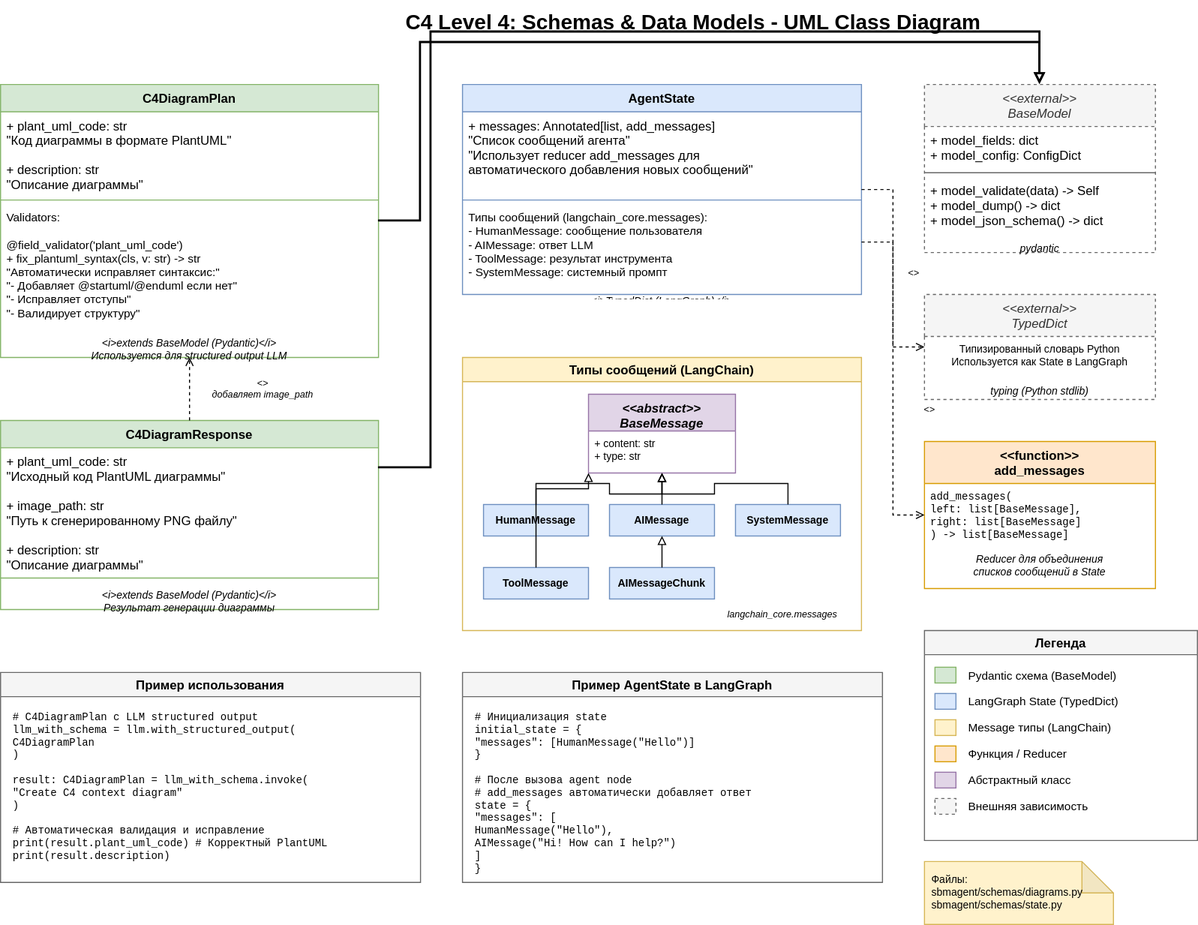
This is ProjectSchemasUML.drawio.svg from pavel-collab/Agentic-system-images, a draw.io export, as it was before one commit. Source tidied: cells renumbered, new cells last; positions are measured from the earlier drawing's top-left corner, leaving out a move shared by most shapes.
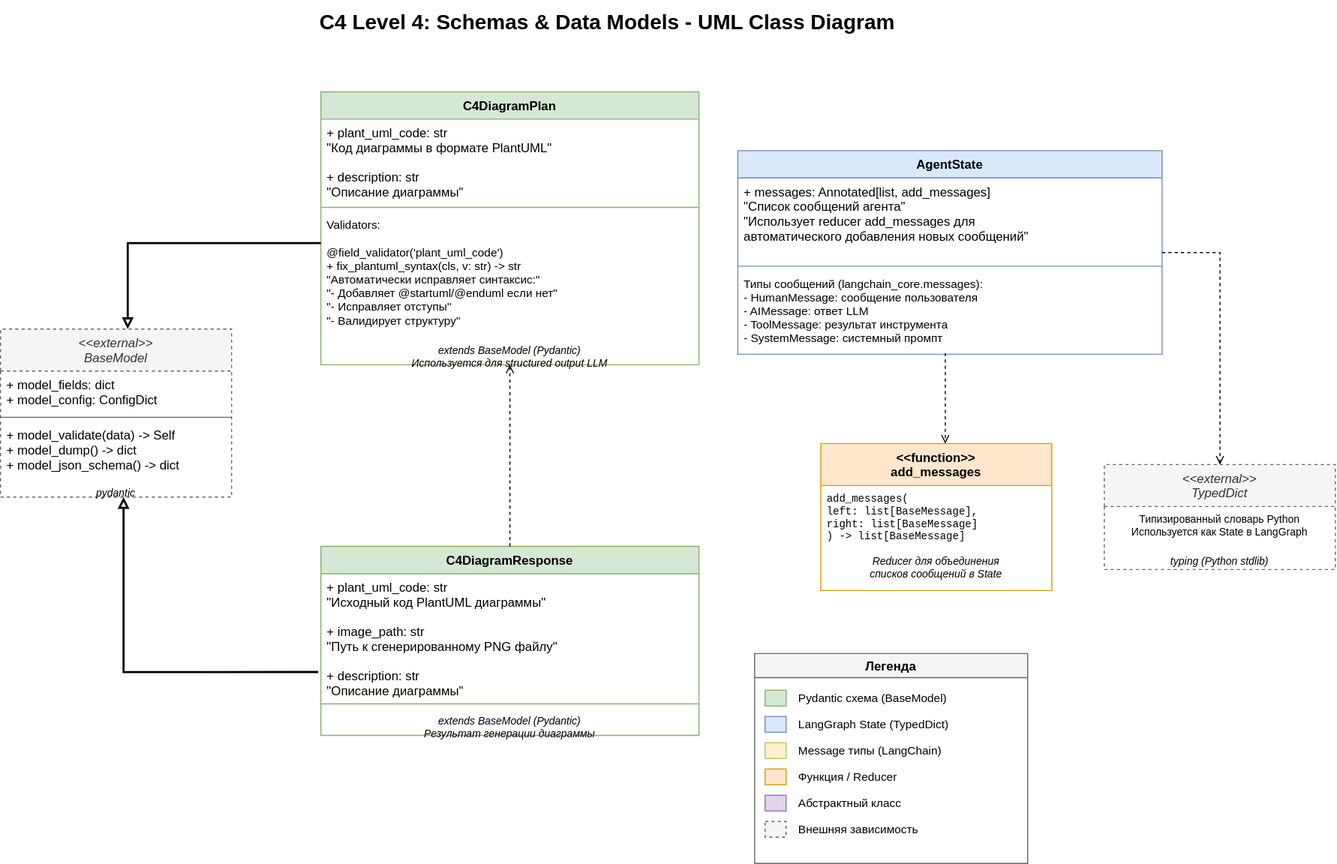
Later version of the same file.

The edit, as a diff of the source:
```diff
@@ -6,7 +6,7 @@
       <mxGeometry x="310" width="700" height="40" as="geometry" />
     </mxCell>
     <mxCell id="3" value="C4DiagramPlan" style="swimlane;fontStyle=1;align=center;verticalAlign=top;horizontal=1;startSize=26;fillColor=#d5e8d4;strokeColor=#82b366;" parent="1" vertex="1">
-      <mxGeometry y="80" width="360" height="260" as="geometry" />
+      <mxGeometry x="387" y="87" width="360" height="260" as="geometry" />
     </mxCell>
     <mxCell id="4" value="+ plant_uml_code: str&#10;    &quot;Код диаграммы в формате PlantUML&quot;&#10;&#10;+ description: str&#10;    &quot;Описание диаграммы&quot;" style="text;strokeColor=none;fillColor=none;align=left;verticalAlign=top;spacingLeft=4;spacingRight=4;overflow=hidden;" parent="3" vertex="1">
       <mxGeometry y="26" width="360" height="80" as="geometry" />
@@ -17,11 +17,11 @@
     <mxCell id="6" value="Validators:&#10;&#10;@field_validator('plant_uml_code')&#10;+ fix_plantuml_syntax(cls, v: str) -&gt; str&#10;    &quot;Автоматически исправляет синтаксис:&quot;&#10;    &quot;- Добавляет @startuml/@enduml если нет&quot;&#10;    &quot;- Исправляет отступы&quot;&#10;    &quot;- Валидирует структуру&quot;" style="text;strokeColor=none;fillColor=none;align=left;verticalAlign=top;spacingLeft=4;spacingRight=4;overflow=hidden;fontSize=11;" parent="3" vertex="1">
       <mxGeometry y="114" width="360" height="120" as="geometry" />
     </mxCell>
-    <mxCell id="7" value="&lt;i&gt;extends BaseModel (Pydantic)&lt;/i&gt;&#10;Используется для structured output LLM" style="text;strokeColor=none;fillColor=none;align=center;verticalAlign=top;spacingLeft=4;spacingRight=4;overflow=hidden;fontStyle=2;fontSize=10;" parent="3" vertex="1">
+    <mxCell id="7" value="extends BaseModel (Pydantic)&#10;Используется для structured output LLM" style="text;strokeColor=none;fillColor=none;align=center;verticalAlign=top;spacingLeft=4;spacingRight=4;overflow=hidden;fontStyle=2;fontSize=10;" parent="3" vertex="1">
       <mxGeometry y="234" width="360" height="26" as="geometry" />
     </mxCell>
     <mxCell id="8" value="C4DiagramResponse" style="swimlane;fontStyle=1;align=center;verticalAlign=top;horizontal=1;startSize=26;fillColor=#d5e8d4;strokeColor=#82b366;" parent="1" vertex="1">
-      <mxGeometry y="400" width="360" height="180" as="geometry" />
+      <mxGeometry x="387" y="520" width="360" height="180" as="geometry" />
     </mxCell>
     <mxCell id="9" value="+ plant_uml_code: str&#10;    &quot;Исходный код PlantUML диаграммы&quot;&#10;&#10;+ image_path: str&#10;    &quot;Путь к сгенерированному PNG файлу&quot;&#10;&#10;+ description: str&#10;    &quot;Описание диаграммы&quot;" style="text;strokeColor=none;fillColor=none;align=left;verticalAlign=top;spacingLeft=4;spacingRight=4;overflow=hidden;points=[[0,0.5],[1,0.5]];portConstraint=eastwest;" parent="8" vertex="1">
       <mxGeometry y="26" width="360" height="120" as="geometry" />
@@ -29,26 +29,23 @@
     <mxCell id="10" style="line;strokeWidth=1;fillColor=none;align=left;verticalAlign=middle;spacingTop=-1;spacingLeft=3;spacingRight=3;labelPosition=right;strokeColor=inherit;" parent="8" vertex="1">
       <mxGeometry y="146" width="360" height="8" as="geometry" />
     </mxCell>
-    <mxCell id="11" value="&lt;i&gt;extends BaseModel (Pydantic)&lt;/i&gt;&#10;Результат генерации диаграммы" style="text;strokeColor=none;fillColor=none;align=center;verticalAlign=top;spacingLeft=4;spacingRight=4;overflow=hidden;fontStyle=2;fontSize=10;" parent="8" vertex="1">
+    <mxCell id="11" value="extends BaseModel (Pydantic)&#10;Результат генерации диаграммы" style="text;strokeColor=none;fillColor=none;align=center;verticalAlign=top;spacingLeft=4;spacingRight=4;overflow=hidden;fontStyle=2;fontSize=10;" parent="8" vertex="1">
       <mxGeometry y="154" width="360" height="26" as="geometry" />
     </mxCell>
     <mxCell id="12" value="AgentState" style="swimlane;fontStyle=1;align=center;verticalAlign=top;horizontal=1;startSize=26;fillColor=#dae8fc;strokeColor=#6c8ebf;" parent="1" vertex="1">
-      <mxGeometry x="440" y="80" width="380" height="200" as="geometry" />
+      <mxGeometry x="784" y="143" width="404" height="194" as="geometry" />
     </mxCell>
     <mxCell id="13" value="+ messages: Annotated[list, add_messages]&#10;    &quot;Список сообщений агента&quot;&#10;    &quot;Использует reducer add_messages для&#10;     автоматического добавления новых сообщений&quot;" style="text;strokeColor=none;fillColor=none;align=left;verticalAlign=top;spacingLeft=4;spacingRight=4;overflow=hidden;" parent="12" vertex="1">
-      <mxGeometry y="26" width="380" height="80" as="geometry" />
+      <mxGeometry y="26" width="404" height="80" as="geometry" />
     </mxCell>
     <mxCell id="14" style="line;strokeWidth=1;fillColor=none;align=left;verticalAlign=middle;spacingTop=-1;spacingLeft=3;spacingRight=3;labelPosition=right;strokeColor=inherit;" parent="12" vertex="1">
-      <mxGeometry y="106" width="380" height="8" as="geometry" />
+      <mxGeometry y="106" width="404" height="8" as="geometry" />
     </mxCell>
     <mxCell id="15" value="Типы сообщений (langchain_core.messages):&#10;  - HumanMessage: сообщение пользователя&#10;  - AIMessage: ответ LLM&#10;  - ToolMessage: результат инструмента&#10;  - SystemMessage: системный промпт" style="text;strokeColor=none;fillColor=none;align=left;verticalAlign=top;spacingLeft=4;spacingRight=4;overflow=hidden;points=[[0,0.5],[1,0.5]];portConstraint=eastwest;fontSize=11;" parent="12" vertex="1">
-      <mxGeometry y="114" width="380" height="80" as="geometry" />
+      <mxGeometry y="114" width="404" height="80" as="geometry" />
     </mxCell>
-    <mxCell id="16" value="&lt;i&gt;TypedDict (LangGraph)&lt;/i&gt;" style="text;strokeColor=none;fillColor=none;align=center;verticalAlign=top;spacingLeft=4;spacingRight=4;overflow=hidden;fontStyle=2;fontSize=10;" parent="12" vertex="1">
-      <mxGeometry y="194" width="380" height="6" as="geometry" />
-    </mxCell>
     <mxCell id="17" value="&lt;&lt;external&gt;&gt;&#10;BaseModel" style="swimlane;fontStyle=2;align=center;verticalAlign=top;horizontal=1;startSize=40;fillColor=#f5f5f5;strokeColor=#666666;fontColor=#333333;dashed=1;" parent="1" vertex="1">
-      <mxGeometry x="880" y="80" width="220" height="160" as="geometry" />
+      <mxGeometry x="82" y="313" width="220" height="160" as="geometry" />
     </mxCell>
     <mxCell id="18" value="+ model_fields: dict&#10;+ model_config: ConfigDict" style="text;strokeColor=none;fillColor=none;align=left;verticalAlign=top;spacingLeft=4;spacingRight=4;overflow=hidden;" parent="17" vertex="1">
       <mxGeometry y="40" width="220" height="40" as="geometry" />
@@ -63,7 +60,7 @@
       <mxGeometry y="144" width="220" height="16" as="geometry" />
     </mxCell>
     <mxCell id="22" value="&lt;&lt;external&gt;&gt;&#10;TypedDict" style="swimlane;fontStyle=2;align=center;verticalAlign=top;horizontal=1;startSize=40;fillColor=#f5f5f5;strokeColor=#666666;fontColor=#333333;dashed=1;" parent="1" vertex="1">
-      <mxGeometry x="880" y="280" width="220" height="100" as="geometry" />
+      <mxGeometry x="1133" y="442" width="220" height="100" as="geometry" />
     </mxCell>
     <mxCell id="23" value="Типизированный словарь Python&#10;Используется как State в LangGraph" style="text;strokeColor=none;fillColor=none;align=center;verticalAlign=top;spacingLeft=4;spacingRight=4;overflow=hidden;fontSize=10;" parent="22" vertex="1">
       <mxGeometry y="40" width="220" height="40" as="geometry" />
@@ -71,55 +68,8 @@
     <mxCell id="24" value="typing (Python stdlib)" style="text;strokeColor=none;fillColor=none;align=center;verticalAlign=top;spacingLeft=4;spacingRight=4;overflow=hidden;fontStyle=2;fontSize=10;" parent="22" vertex="1">
       <mxGeometry y="80" width="220" height="20" as="geometry" />
     </mxCell>
-    <mxCell id="25" value="Типы сообщений (LangChain)" style="swimlane;startSize=23;fillColor=#fff2cc;strokeColor=#d6b656;" parent="1" vertex="1">
-      <mxGeometry x="440" y="340" width="380" height="260" as="geometry" />
-    </mxCell>
-    <mxCell id="26" value="&lt;&lt;abstract&gt;&gt;&#10;BaseMessage" style="swimlane;fontStyle=3;align=center;verticalAlign=top;horizontal=1;startSize=35;fillColor=#e1d5e7;strokeColor=#9673a6;" parent="25" vertex="1">
-      <mxGeometry x="120" y="35" width="140" height="75" as="geometry" />
-    </mxCell>
-    <mxCell id="27" value="+ content: str&#10;+ type: str" style="text;strokeColor=none;fillColor=none;align=left;verticalAlign=top;spacingLeft=4;spacingRight=4;overflow=hidden;fontSize=10;" parent="26" vertex="1">
-      <mxGeometry y="35" width="140" height="40" as="geometry" />
-    </mxCell>
-    <mxCell id="28" value="HumanMessage" style="rounded=0;whiteSpace=wrap;html=1;fillColor=#dae8fc;strokeColor=#6c8ebf;fontStyle=1;fontSize=10;" parent="25" vertex="1">
-      <mxGeometry x="20" y="140" width="100" height="30" as="geometry" />
-    </mxCell>
-    <mxCell id="29" value="AIMessage" style="rounded=0;whiteSpace=wrap;html=1;fillColor=#dae8fc;strokeColor=#6c8ebf;fontStyle=1;fontSize=10;" parent="25" vertex="1">
-      <mxGeometry x="140" y="140" width="100" height="30" as="geometry" />
-    </mxCell>
-    <mxCell id="30" value="SystemMessage" style="rounded=0;whiteSpace=wrap;html=1;fillColor=#dae8fc;strokeColor=#6c8ebf;fontStyle=1;fontSize=10;" parent="25" vertex="1">
-      <mxGeometry x="260" y="140" width="100" height="30" as="geometry" />
-    </mxCell>
-    <mxCell id="31" value="ToolMessage" style="rounded=0;whiteSpace=wrap;html=1;fillColor=#dae8fc;strokeColor=#6c8ebf;fontStyle=1;fontSize=10;" parent="25" vertex="1">
-      <mxGeometry x="20" y="200" width="100" height="30" as="geometry" />
-    </mxCell>
-    <mxCell id="32" value="AIMessageChunk" style="rounded=0;whiteSpace=wrap;html=1;fillColor=#dae8fc;strokeColor=#6c8ebf;fontStyle=1;fontSize=10;" parent="25" vertex="1">
-      <mxGeometry x="140" y="200" width="100" height="30" as="geometry" />
-    </mxCell>
-    <mxCell id="33" style="edgeStyle=orthogonalEdgeStyle;rounded=0;jettySize=auto;html=1;endArrow=block;endFill=0;strokeWidth=1;exitX=0.5;exitY=0;exitDx=0;exitDy=0;" parent="25" edge="1" source="28" target="26">
-      <mxGeometry relative="1" as="geometry" />
-    </mxCell>
-    <mxCell id="34" style="edgeStyle=orthogonalEdgeStyle;rounded=0;jettySize=auto;html=1;endArrow=block;endFill=0;strokeWidth=1;exitX=0.5;exitY=0;exitDx=0;exitDy=0;" parent="25" edge="1" source="29" target="26">
-      <mxGeometry relative="1" as="geometry" />
-    </mxCell>
-    <mxCell id="35" style="edgeStyle=orthogonalEdgeStyle;rounded=0;jettySize=auto;html=1;endArrow=block;endFill=0;strokeWidth=1;exitX=0.5;exitY=0;exitDx=0;exitDy=0;" parent="25" edge="1" source="30" target="26">
-      <mxGeometry relative="1" as="geometry" />
-    </mxCell>
-    <mxCell id="36" style="edgeStyle=orthogonalEdgeStyle;rounded=0;jettySize=auto;html=1;endArrow=block;endFill=0;strokeWidth=1;exitX=0.5;exitY=0;exitDx=0;exitDy=0;entryX=0;entryY=1;entryDx=0;entryDy=0;" parent="25" edge="1" source="31" target="26">
-      <mxGeometry relative="1" as="geometry">
-        <Array as="points">
-          <mxPoint x="70" y="125" />
-          <mxPoint x="120" y="125" />
-        </Array>
-      </mxGeometry>
-    </mxCell>
-    <mxCell id="37" style="edgeStyle=orthogonalEdgeStyle;rounded=0;jettySize=auto;html=1;endArrow=block;endFill=0;strokeWidth=1;exitX=0.5;exitY=0;exitDx=0;exitDy=0;entryX=0.5;entryY=1;entryDx=0;entryDy=0;" parent="25" edge="1" source="32" target="29">
-      <mxGeometry relative="1" as="geometry" />
-    </mxCell>
-    <mxCell id="38" value="langchain_core.messages" style="text;html=1;strokeColor=none;fillColor=none;align=center;verticalAlign=middle;whiteSpace=wrap;rounded=0;fontSize=9;fontStyle=2;" parent="25" vertex="1">
-      <mxGeometry x="240" y="235" width="130" height="20" as="geometry" />
-    </mxCell>
     <mxCell id="39" value="&lt;&lt;function&gt;&gt;&#10;add_messages" style="swimlane;fontStyle=1;align=center;verticalAlign=top;horizontal=1;startSize=40;fillColor=#ffe6cc;strokeColor=#d79b00;" parent="1" vertex="1">
-      <mxGeometry x="880" y="420" width="220" height="140" as="geometry" />
+      <mxGeometry x="863" y="422" width="220" height="140" as="geometry" />
     </mxCell>
     <mxCell id="40" value="add_messages(&#10;    left: list[BaseMessage],&#10;    right: list[BaseMessage]&#10;) -&gt; list[BaseMessage]" style="text;strokeColor=none;fillColor=none;align=left;verticalAlign=top;spacingLeft=4;spacingRight=4;overflow=hidden;fontSize=10;fontFamily=Courier New;" parent="39" vertex="1">
       <mxGeometry y="40" width="220" height="60" as="geometry" />
@@ -127,61 +77,40 @@
     <mxCell id="41" value="Reducer для объединения&#10;списков сообщений в State" style="text;strokeColor=none;fillColor=none;align=center;verticalAlign=top;spacingLeft=4;spacingRight=4;overflow=hidden;fontStyle=2;fontSize=10;" parent="39" vertex="1">
       <mxGeometry y="100" width="220" height="40" as="geometry" />
     </mxCell>
-    <mxCell id="42" value="Пример использования" style="swimlane;startSize=23;fillColor=#f5f5f5;strokeColor=#666666;" parent="1" vertex="1">
-      <mxGeometry y="640" width="400" height="200" as="geometry" />
-    </mxCell>
-    <mxCell id="43" value="# C4DiagramPlan с LLM structured output&#10;llm_with_schema = llm.with_structured_output(&#10;    C4DiagramPlan&#10;)&#10;&#10;result: C4DiagramPlan = llm_with_schema.invoke(&#10;    &quot;Create C4 context diagram&quot;&#10;)&#10;&#10;# Автоматическая валидация и исправление&#10;print(result.plant_uml_code)  # Корректный PlantUML&#10;print(result.description)" style="text;strokeColor=none;fillColor=none;align=left;verticalAlign=top;spacingLeft=10;spacingRight=4;overflow=hidden;fontFamily=Courier New;fontSize=10;" parent="42" vertex="1">
-      <mxGeometry y="30" width="390" height="165" as="geometry" />
-    </mxCell>
-    <mxCell id="44" value="Пример AgentState в LangGraph" style="swimlane;startSize=23;fillColor=#f5f5f5;strokeColor=#666666;" parent="1" vertex="1">
-      <mxGeometry x="440" y="640" width="400" height="200" as="geometry" />
-    </mxCell>
-    <mxCell id="45" value="# Инициализация state&#10;initial_state = {&#10;    &quot;messages&quot;: [HumanMessage(&quot;Hello&quot;)]&#10;}&#10;&#10;# После вызова agent node&#10;# add_messages автоматически добавляет ответ&#10;state = {&#10;    &quot;messages&quot;: [&#10;        HumanMessage(&quot;Hello&quot;),&#10;        AIMessage(&quot;Hi! How can I help?&quot;)&#10;    ]&#10;}" style="text;strokeColor=none;fillColor=none;align=left;verticalAlign=top;spacingLeft=10;spacingRight=4;overflow=hidden;fontFamily=Courier New;fontSize=10;" parent="44" vertex="1">
-      <mxGeometry y="30" width="390" height="165" as="geometry" />
-    </mxCell>
     <mxCell id="46" style="edgeStyle=orthogonalEdgeStyle;rounded=0;jettySize=auto;html=1;endArrow=block;endFill=0;strokeWidth=2;" parent="1" edge="1" source="3" target="17">
       <mxGeometry relative="1" as="geometry">
         <Array as="points">
-          <mxPoint x="400" y="210" />
-          <mxPoint x="400" y="40" />
-          <mxPoint x="990" y="40" />
+          <mxPoint x="203" y="231" />
         </Array>
       </mxGeometry>
     </mxCell>
-    <mxCell id="47" style="edgeStyle=orthogonalEdgeStyle;rounded=0;jettySize=auto;html=1;endArrow=block;endFill=0;strokeWidth=2;exitX=1;exitY=0.25;exitDx=0;exitDy=0;" parent="1" edge="1" source="8" target="17">
+    <mxCell id="47" style="edgeStyle=orthogonalEdgeStyle;rounded=0;jettySize=auto;html=1;endArrow=block;endFill=0;strokeWidth=2;exitX=-0.007;exitY=0.78;exitDx=0;exitDy=0;exitPerimeter=0;" parent="1" edge="1" source="9" target="17">
       <mxGeometry relative="1" as="geometry">
         <Array as="points">
-          <mxPoint x="410" y="445" />
-          <mxPoint x="410" y="30" />
-          <mxPoint x="990" y="30" />
+          <mxPoint x="199" y="640" />
         </Array>
       </mxGeometry>
     </mxCell>
     <mxCell id="48" style="edgeStyle=orthogonalEdgeStyle;rounded=0;jettySize=auto;html=1;dashed=1;endArrow=open;endFill=0;strokeWidth=1;" parent="1" edge="1" source="12" target="22">
-      <mxGeometry relative="1" as="geometry" />
+      <mxGeometry relative="1" as="geometry">
+        <Array as="points">
+          <mxPoint x="1243" y="240" />
+        </Array>
+      </mxGeometry>
     </mxCell>
-    <mxCell id="49" value="&lt;&lt;is a&gt;&gt;" style="text;html=1;strokeColor=none;fillColor=none;align=center;verticalAlign=middle;whiteSpace=wrap;rounded=0;fontSize=9;fontStyle=2;" parent="1" vertex="1">
-      <mxGeometry x="840" y="250" width="60" height="20" as="geometry" />
-    </mxCell>
-    <mxCell id="50" style="edgeStyle=orthogonalEdgeStyle;rounded=0;jettySize=auto;html=1;dashed=1;endArrow=open;endFill=0;strokeWidth=1;exitX=1;exitY=0.75;exitDx=0;exitDy=0;" parent="1" edge="1" source="12" target="39">
+    <mxCell id="50" style="edgeStyle=orthogonalEdgeStyle;rounded=0;jettySize=auto;html=1;dashed=1;endArrow=open;endFill=0;strokeWidth=1;exitX=0.489;exitY=0.986;exitDx=0;exitDy=0;exitPerimeter=0;" parent="1" edge="1" source="15" target="39">
       <mxGeometry relative="1" as="geometry">
         <Array as="points">
-          <mxPoint x="850" y="230" />
-          <mxPoint x="850" y="490" />
+          <mxPoint x="982" y="469" />
+          <mxPoint x="982" y="469" />
         </Array>
       </mxGeometry>
     </mxCell>
-    <mxCell id="51" value="&lt;&lt;uses reducer&gt;&gt;" style="text;html=1;strokeColor=none;fillColor=none;align=center;verticalAlign=middle;whiteSpace=wrap;rounded=0;fontSize=9;fontStyle=2;" parent="1" vertex="1">
-      <mxGeometry x="840" y="380" width="90" height="20" as="geometry" />
-    </mxCell>
     <mxCell id="52" style="edgeStyle=orthogonalEdgeStyle;rounded=0;jettySize=auto;html=1;dashed=1;endArrow=open;endFill=0;strokeWidth=1;exitX=0.5;exitY=0;exitDx=0;exitDy=0;entryX=0.5;entryY=1;entryDx=0;entryDy=0;" parent="1" edge="1" source="8" target="3">
       <mxGeometry relative="1" as="geometry" />
     </mxCell>
-    <mxCell id="53" value="&lt;&lt;extends&gt;&gt;&#10;добавляет image_path" style="text;html=1;strokeColor=none;fillColor=none;align=center;verticalAlign=middle;whiteSpace=wrap;rounded=0;fontSize=9;fontStyle=2;" parent="1" vertex="1">
-      <mxGeometry x="190" y="355" width="120" height="30" as="geometry" />
-    </mxCell>
     <mxCell id="54" value="Легенда" style="swimlane;startSize=23;fillColor=#f5f5f5;strokeColor=#666666;" parent="1" vertex="1">
-      <mxGeometry x="880" y="600" width="260" height="200" as="geometry" />
+      <mxGeometry x="800" y="622" width="260" height="200" as="geometry" />
     </mxCell>
     <mxCell id="55" style="rounded=0;whiteSpace=wrap;html=1;fillColor=#d5e8d4;strokeColor=#82b366;" parent="54" vertex="1">
       <mxGeometry x="10" y="35" width="20" height="15" as="geometry" />
@@ -219,8 +148,5 @@
     <mxCell id="66" value="Внешняя зависимость" style="text;html=1;strokeColor=none;fillColor=none;align=left;verticalAlign=middle;whiteSpace=wrap;rounded=0;fontSize=11;" parent="54" vertex="1">
       <mxGeometry x="40" y="155" width="180" height="25" as="geometry" />
     </mxCell>
-    <mxCell id="67" value="Файлы:&#10;sbmagent/schemas/diagrams.py&#10;sbmagent/schemas/state.py" style="shape=note;whiteSpace=wrap;html=1;backgroundOutline=1;darkOpacity=0.05;fillColor=#fff2cc;strokeColor=#d6b656;align=left;verticalAlign=top;spacingLeft=5;spacingTop=5;fontSize=10;" parent="1" vertex="1">
-      <mxGeometry x="880" y="820" width="180" height="60" as="geometry" />
-    </mxCell>
   </root>
 </mxGraphModel>
```
